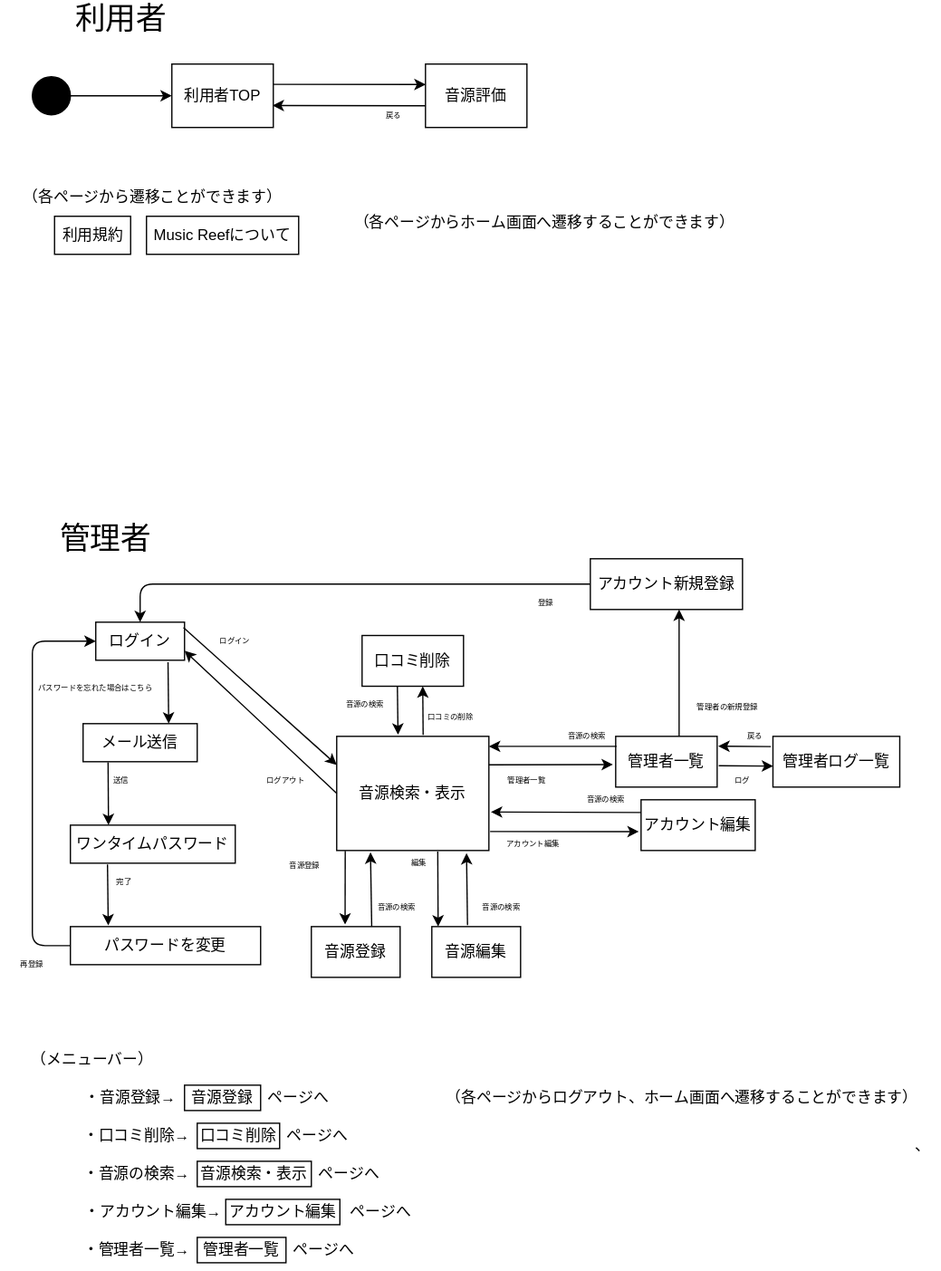
Before: ab.drawio.svg, a diagram exported from draw.io (IshiYoshi765/uml-introduction). Source tidied: cells renumbered, new cells last; positions are measured from the earlier drawing's top-left corner, leaving out a move shared by most shapes.
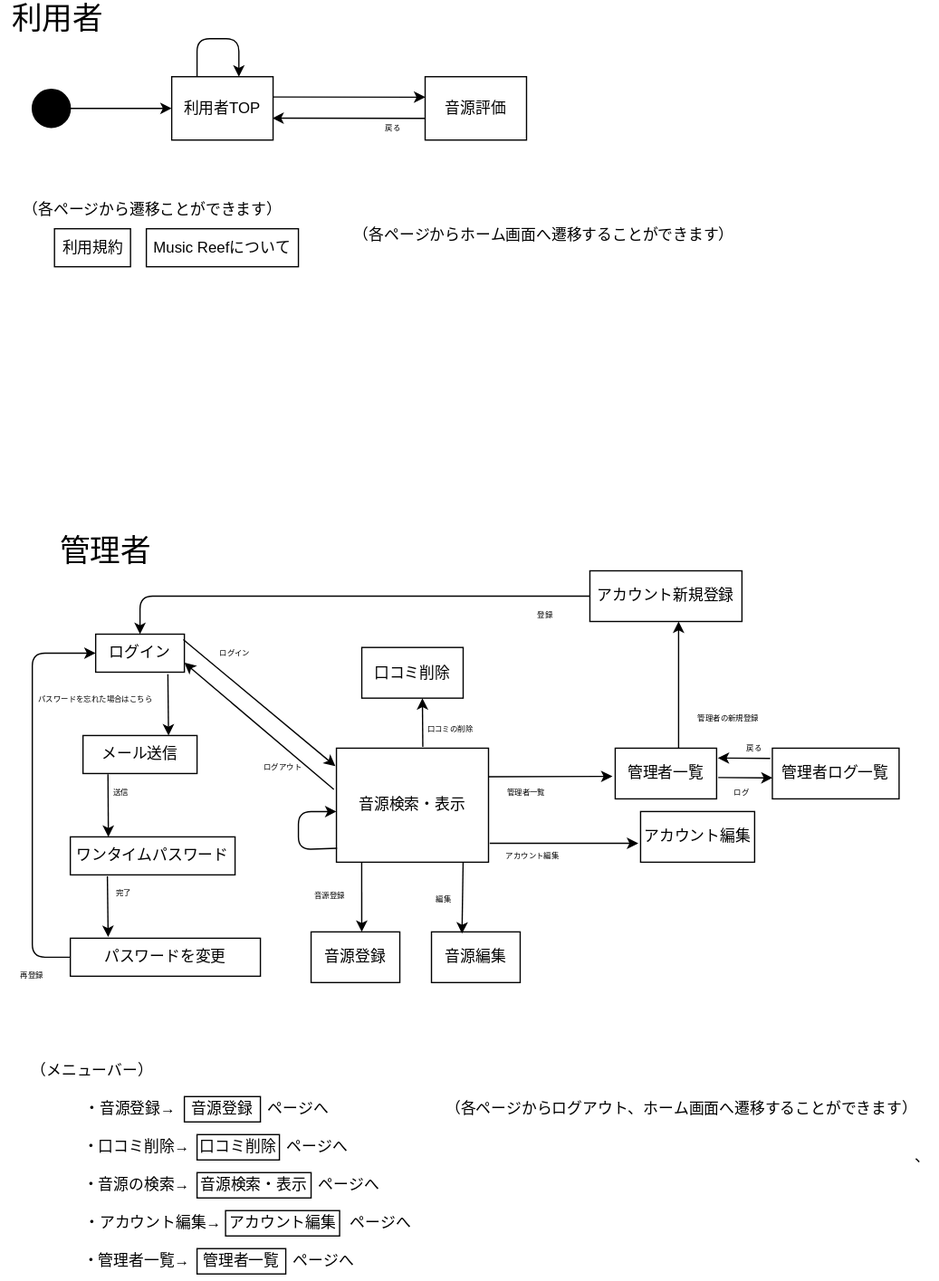
After the change.

The edit, as a diff of the source:
```diff
@@ -24,7 +24,7 @@
       <mxGeometry x="15" y="140" width="210" height="30" as="geometry" />
     </mxCell>
     <mxCell id="9" value="&lt;font style=&quot;font-size: 24px;&quot;&gt;利用者&lt;/font&gt;" style="text;html=1;strokeColor=none;fillColor=none;align=center;verticalAlign=middle;whiteSpace=wrap;rounded=0;" parent="1" vertex="1">
-      <mxGeometry x="55" width="80" height="30" as="geometry" />
+      <mxGeometry x="5" y="-10" width="80" height="30" as="geometry" />
     </mxCell>
     <mxCell id="10" value="ログイン" style="rounded=0;whiteSpace=wrap;html=1;" parent="1" vertex="1">
       <mxGeometry x="75" y="490" width="70" height="30" as="geometry" />
@@ -33,7 +33,7 @@
       <mxGeometry x="265" y="580" width="120" height="90" as="geometry" />
     </mxCell>
     <mxCell id="12" value="音源登録" style="rounded=0;whiteSpace=wrap;html=1;" parent="1" vertex="1">
-      <mxGeometry x="245" y="730" width="70" height="40" as="geometry" />
+      <mxGeometry x="245" y="725" width="70" height="40" as="geometry" />
     </mxCell>
     <mxCell id="13" value="口コミ削除" style="rounded=0;whiteSpace=wrap;html=1;" parent="1" vertex="1">
       <mxGeometry x="285" y="500.5" width="80" height="40" as="geometry" />
@@ -48,7 +48,7 @@
       <mxGeometry x="609" y="580" width="100" height="40" as="geometry" />
     </mxCell>
     <mxCell id="17" value="音源編集" style="rounded=0;whiteSpace=wrap;html=1;" parent="1" vertex="1">
-      <mxGeometry x="340" y="730" width="70" height="40" as="geometry" />
+      <mxGeometry x="340" y="725" width="70" height="40" as="geometry" />
     </mxCell>
     <mxCell id="18" value="メール送信" style="rounded=0;whiteSpace=wrap;html=1;" parent="1" vertex="1">
       <mxGeometry x="65" y="570" width="90" height="30" as="geometry" />
@@ -95,35 +95,23 @@
       <mxGeometry x="5" y="750" width="40" height="20" as="geometry" />
     </mxCell>
     <mxCell id="31" value="ログアウト" style="text;html=1;strokeColor=none;fillColor=none;align=center;verticalAlign=middle;whiteSpace=wrap;rounded=0;fontSize=6;" parent="1" vertex="1">
-      <mxGeometry x="195" y="610" width="60" height="10" as="geometry" />
+      <mxGeometry x="192.5" y="590" width="60" height="10" as="geometry" />
     </mxCell>
-    <mxCell id="32" style="endArrow=classic;html=1;fontSize=6;exitX=0.988;exitY=0.143;exitDx=0;exitDy=0;entryX=0;entryY=0.25;entryDx=0;entryDy=0;exitPerimeter=0;" parent="1" edge="1" source="10" target="11">
+    <mxCell id="32" style="endArrow=classic;html=1;fontSize=6;exitX=0.988;exitY=0.143;exitDx=0;exitDy=0;entryX=-0.007;entryY=0.158;entryDx=0;entryDy=0;exitPerimeter=0;entryPerimeter=0;" parent="1" edge="1" source="10" target="11">
       <mxGeometry relative="1" as="geometry" />
     </mxCell>
-    <mxCell id="33" style="endArrow=classic;html=1;fontSize=6;entryX=1;entryY=0.75;entryDx=0;entryDy=0;exitX=0;exitY=0.5;exitDx=0;exitDy=0;" parent="1" edge="1" source="11" target="10">
+    <mxCell id="33" style="endArrow=classic;html=1;fontSize=6;entryX=1;entryY=0.75;entryDx=0;entryDy=0;exitX=-0.017;exitY=0.362;exitDx=0;exitDy=0;exitPerimeter=0;" parent="1" edge="1" source="11" target="10">
       <mxGeometry relative="1" as="geometry" />
     </mxCell>
-    <mxCell id="34" style="endArrow=classic;html=1;fontSize=6;exitX=0.056;exitY=1.003;exitDx=0;exitDy=0;exitPerimeter=0;entryX=0.38;entryY=-0.04;entryDx=0;entryDy=0;entryPerimeter=0;" parent="1" edge="1" source="11" target="12">
+    <mxCell id="34" style="endArrow=classic;html=1;fontSize=6;exitX=0.166;exitY=1;exitDx=0;exitDy=0;exitPerimeter=0;entryX=0.571;entryY=0;entryDx=0;entryDy=0;entryPerimeter=0;" parent="1" edge="1" source="11" target="12">
       <mxGeometry relative="1" as="geometry" />
     </mxCell>
-    <mxCell id="35" style="endArrow=classic;html=1;fontSize=6;entryX=0.222;entryY=1.016;entryDx=0;entryDy=0;entryPerimeter=0;exitX=0.68;exitY=-0.001;exitDx=0;exitDy=0;exitPerimeter=0;" parent="1" edge="1" source="12" target="11">
-      <mxGeometry relative="1" as="geometry" />
-    </mxCell>
-    <mxCell id="36" style="endArrow=classic;html=1;fontSize=6;exitX=0.867;exitY=0.044;exitDx=0;exitDy=0;exitPerimeter=0;entryX=0.071;entryY=0;entryDx=0;entryDy=0;entryPerimeter=0;" parent="1" edge="1" source="49" target="17">
+    <mxCell id="36" style="endArrow=classic;html=1;fontSize=6;exitX=0.833;exitY=1;exitDx=0;exitDy=0;exitPerimeter=0;entryX=0.344;entryY=0.035;entryDx=0;entryDy=0;entryPerimeter=0;" parent="1" edge="1" source="11" target="17">
       <mxGeometry relative="1" as="geometry" />
     </mxCell>
-    <mxCell id="37" style="endArrow=classic;html=1;fontSize=6;entryX=0.853;entryY=1.023;entryDx=0;entryDy=0;entryPerimeter=0;exitX=0.402;exitY=-0.029;exitDx=0;exitDy=0;exitPerimeter=0;" parent="1" edge="1" source="17" target="11">
-      <mxGeometry relative="1" as="geometry" />
-    </mxCell>
     <mxCell id="38" style="endArrow=classic;html=1;fontSize=6;entryX=0.598;entryY=1.002;entryDx=0;entryDy=0;entryPerimeter=0;exitX=0.568;exitY=-0.012;exitDx=0;exitDy=0;exitPerimeter=0;" parent="1" edge="1" source="11" target="13">
       <mxGeometry relative="1" as="geometry" />
     </mxCell>
-    <mxCell id="39" style="endArrow=classic;html=1;fontSize=6;entryX=0.403;entryY=-0.014;entryDx=0;entryDy=0;entryPerimeter=0;exitX=0.348;exitY=0.993;exitDx=0;exitDy=0;exitPerimeter=0;" parent="1" edge="1" source="13" target="11">
-      <mxGeometry relative="1" as="geometry" />
-    </mxCell>
-    <mxCell id="40" style="endArrow=classic;html=1;fontSize=6;entryX=1;entryY=0.088;entryDx=0;entryDy=0;exitX=0.009;exitY=0.197;exitDx=0;exitDy=0;exitPerimeter=0;entryPerimeter=0;" parent="1" edge="1" source="15" target="11">
-      <mxGeometry relative="1" as="geometry" />
-    </mxCell>
     <mxCell id="41" style="endArrow=classic;html=1;fontSize=6;exitX=1;exitY=0.25;exitDx=0;exitDy=0;entryX=-0.027;entryY=0.556;entryDx=0;entryDy=0;entryPerimeter=0;" parent="1" edge="1" source="11" target="15">
       <mxGeometry relative="1" as="geometry" />
     </mxCell>
@@ -136,30 +124,15 @@
     <mxCell id="44" value="口コミの削除" style="text;html=1;strokeColor=none;fillColor=none;align=center;verticalAlign=middle;whiteSpace=wrap;rounded=0;fontSize=6;" parent="1" vertex="1">
       <mxGeometry x="335" y="560" width="40" height="10" as="geometry" />
     </mxCell>
-    <mxCell id="45" value="音源の検索" style="text;html=1;strokeColor=none;fillColor=none;align=center;verticalAlign=middle;whiteSpace=wrap;rounded=0;fontSize=6;" parent="1" vertex="1">
-      <mxGeometry x="270" y="550" width="35" height="10" as="geometry" />
-    </mxCell>
     <mxCell id="46" value="&lt;font style=&quot;font-size: 6px;&quot;&gt;音源登録&lt;/font&gt;" style="text;html=1;strokeColor=none;fillColor=none;align=center;verticalAlign=middle;whiteSpace=wrap;rounded=0;" parent="1" vertex="1">
-      <mxGeometry x="215" y="665" width="50" height="30" as="geometry" />
+      <mxGeometry x="235" y="680" width="50" height="30" as="geometry" />
     </mxCell>
-    <mxCell id="47" value="音源の検索" style="text;html=1;strokeColor=none;fillColor=none;align=center;verticalAlign=middle;whiteSpace=wrap;rounded=0;fontSize=6;" parent="1" vertex="1">
-      <mxGeometry x="295" y="700" width="35" height="30" as="geometry" />
-    </mxCell>
-    <mxCell id="48" value="音源の検索" style="text;html=1;strokeColor=none;fillColor=none;align=center;verticalAlign=middle;whiteSpace=wrap;rounded=0;fontSize=6;" parent="1" vertex="1">
-      <mxGeometry x="375" y="700" width="40" height="30" as="geometry" />
-    </mxCell>
     <mxCell id="49" value="編集" style="text;html=1;strokeColor=none;fillColor=none;align=center;verticalAlign=middle;whiteSpace=wrap;rounded=0;fontSize=6;" parent="1" vertex="1">
-      <mxGeometry x="310" y="670" width="40" height="20" as="geometry" />
+      <mxGeometry x="330" y="690" width="40" height="20" as="geometry" />
     </mxCell>
     <mxCell id="50" value="アカウント編集" style="text;html=1;strokeColor=none;fillColor=none;align=center;verticalAlign=middle;whiteSpace=wrap;rounded=0;fontSize=6;" parent="1" vertex="1">
       <mxGeometry x="380" y="650" width="80" height="30" as="geometry" />
     </mxCell>
-    <mxCell id="51" value="音源の検索" style="text;html=1;strokeColor=none;fillColor=none;align=center;verticalAlign=middle;whiteSpace=wrap;rounded=0;fontSize=6;" parent="1" vertex="1">
-      <mxGeometry x="435" y="570" width="55" height="20" as="geometry" />
-    </mxCell>
-    <mxCell id="52" value="音源の検索" style="text;html=1;strokeColor=none;fillColor=none;align=center;verticalAlign=middle;whiteSpace=wrap;rounded=0;fontSize=6;" parent="1" vertex="1">
-      <mxGeometry x="450" y="620" width="55" height="20" as="geometry" />
-    </mxCell>
     <mxCell id="53" value="管理者一覧" style="text;html=1;strokeColor=none;fillColor=none;align=center;verticalAlign=middle;whiteSpace=wrap;rounded=0;fontSize=6;" parent="1" vertex="1">
       <mxGeometry x="385" y="605" width="60" height="20" as="geometry" />
     </mxCell>
@@ -243,9 +216,6 @@
     <mxCell id="79" style="endArrow=classic;html=1;exitX=1.008;exitY=0.834;exitDx=0;exitDy=0;exitPerimeter=0;entryX=-0.02;entryY=0.627;entryDx=0;entryDy=0;entryPerimeter=0;" parent="1" edge="1" source="11" target="14">
       <mxGeometry relative="1" as="geometry" />
     </mxCell>
-    <mxCell id="80" style="endArrow=classic;html=1;entryX=1.013;entryY=0.663;entryDx=0;entryDy=0;exitX=0;exitY=0.25;exitDx=0;exitDy=0;entryPerimeter=0;" parent="1" edge="1" source="14" target="11">
-      <mxGeometry relative="1" as="geometry" />
-    </mxCell>
     <mxCell id="81" value="&lt;font style=&quot;font-size: 6px;&quot;&gt;管理者の新規登録&lt;/font&gt;" style="text;html=1;strokeColor=none;fillColor=none;align=center;verticalAlign=middle;whiteSpace=wrap;rounded=0;" parent="1" vertex="1">
       <mxGeometry x="517.5" y="540" width="113" height="30" as="geometry" />
     </mxCell>
@@ -265,5 +235,22 @@
     <mxCell id="84" value="登録" style="text;html=1;strokeColor=none;fillColor=none;align=center;verticalAlign=middle;whiteSpace=wrap;rounded=0;fontSize=6;" parent="1" vertex="1">
       <mxGeometry x="400" y="460" width="60" height="30" as="geometry" />
     </mxCell>
+    <mxCell id="85" style="endArrow=classic;html=1;exitX=0.25;exitY=0;exitDx=0;exitDy=0;" parent="1" edge="1" source="2">
+      <mxGeometry relative="1" as="geometry">
+        <mxPoint x="188" y="50" as="targetPoint" />
+        <Array as="points">
+          <mxPoint x="155" y="20" />
+          <mxPoint x="188" y="20" />
+        </Array>
+      </mxGeometry>
+    </mxCell>
+    <mxCell id="86" style="endArrow=classic;html=1;exitX=0.004;exitY=0.878;exitDx=0;exitDy=0;entryX=0;entryY=0.556;entryDx=0;entryDy=0;entryPerimeter=0;exitPerimeter=0;" parent="1" edge="1" source="11" target="11">
+      <mxGeometry relative="1" as="geometry">
+        <Array as="points">
+          <mxPoint x="235" y="660" />
+          <mxPoint x="235" y="630" />
+        </Array>
+      </mxGeometry>
+    </mxCell>
   </root>
 </mxGraphModel>
```
